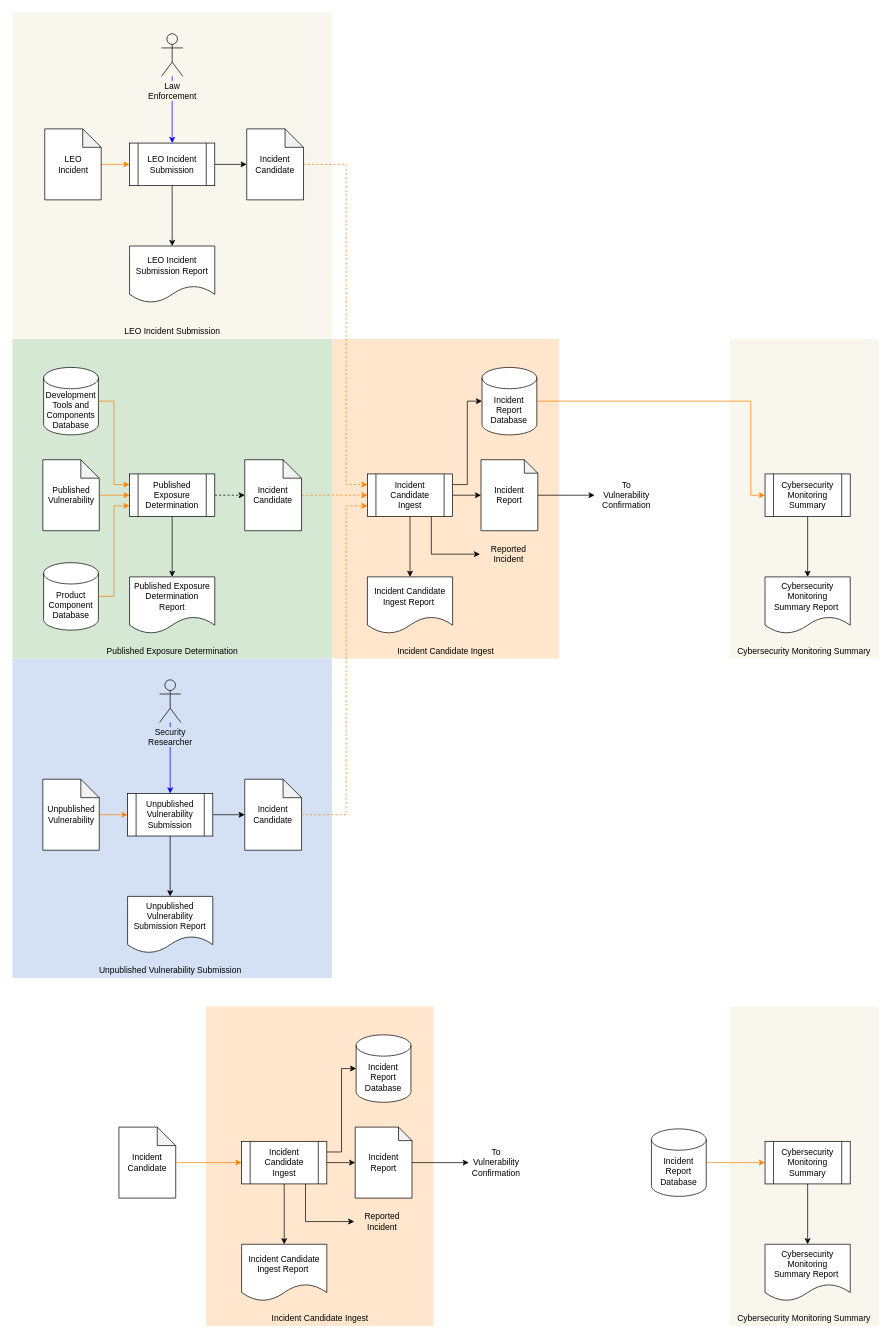
This is source/reference_documents/secondary_documents/foundation phase/Cybersecurity Monitoring Plan/images/source/cybersecurity monitoring workflow.drawio from nutonomy/AVCDL, a draw.io file, before an edit. Source tidied: cells renumbered, new cells numbered last; positions are measured from the earlier drawing's top-left corner, leaving out a move shared by most shapes. Both pictures are drawn from the tidied source at 71%, with x=0, y=0 at pixel (12, 12).
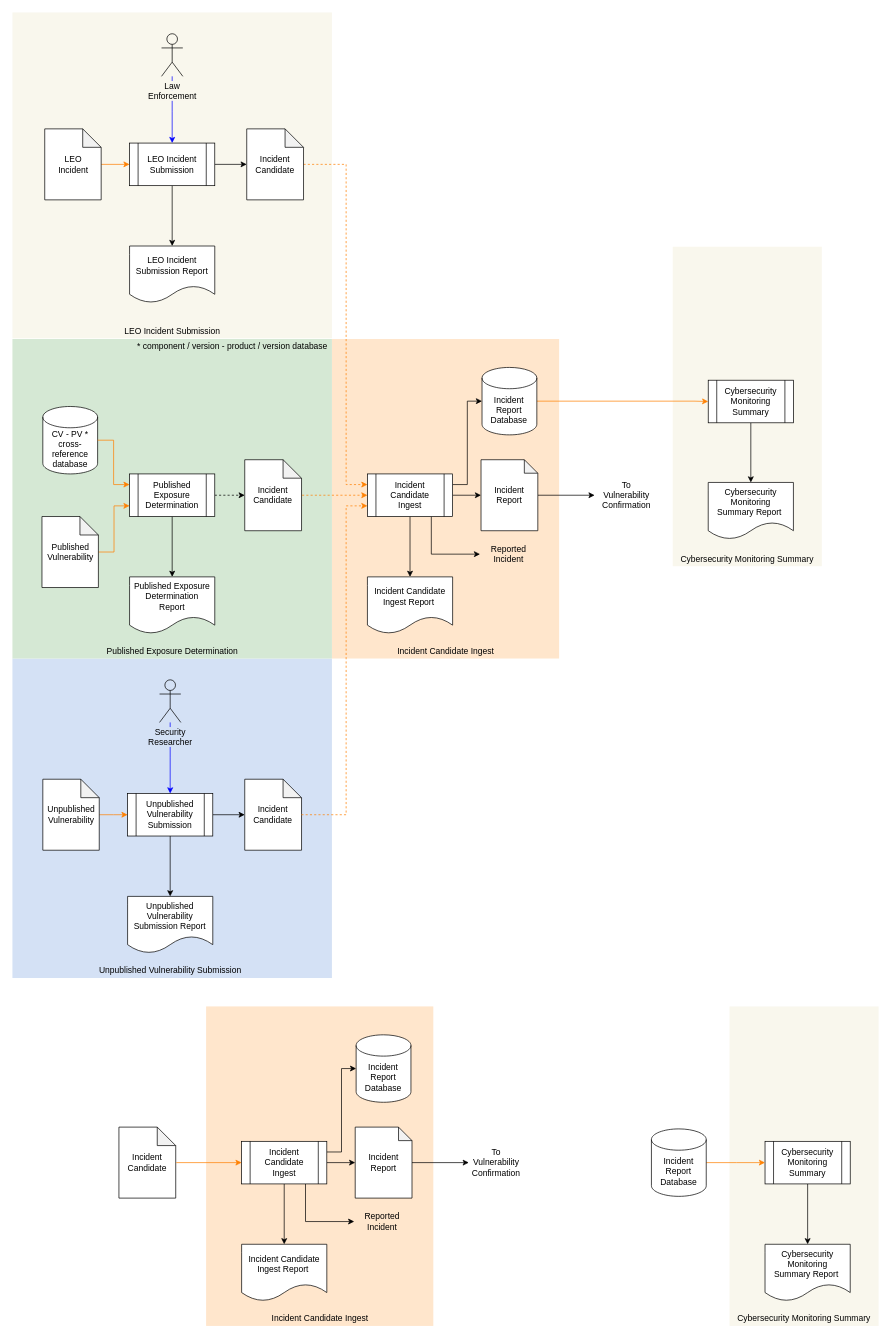
The same page after the edit.

Commit message (it also covers changes not shown here):
updated Cybersecurity Monitoring Plan to only reference the CV - PV database

The change refers to these unchanged cells:
```xml
<mxCell id="37" value="Published Exposure Determination" style="shape=process;whiteSpace=wrap;html=1;backgroundOutline=1;" parent="1" vertex="1">
  <mxGeometry x="165" y="650" width="120" height="60" as="geometry" />
</mxCell>
<mxCell id="57" value="Incident Report Database" style="shape=cylinder3;whiteSpace=wrap;html=1;boundedLbl=1;backgroundOutline=1;size=15;" parent="1" vertex="1">
  <mxGeometry x="661.4" y="500" width="77.2" height="95" as="geometry" />
</mxCell>
```

What changed in the source:
```diff
@@
     <mxCell id="5" style="rounded=0;whiteSpace=wrap;html=1;strokeColor=none;fillColor=#F9F7ED;" parent="1" vertex="1">
-      <mxGeometry x="1010" y="460" width="210" height="450" as="geometry" />
+      <mxGeometry x="930" y="330" width="210" height="450" as="geometry" />
     </mxCell>
@@
     <mxCell id="13" value="Cybersecurity Monitoring Summary" style="text;html=1;strokeColor=none;fillColor=none;align=center;verticalAlign=middle;whiteSpace=wrap;rounded=0;" parent="1" vertex="1">
-      <mxGeometry x="1010" y="890" width="210" height="20" as="geometry" />
+      <mxGeometry x="930" y="760" width="210" height="20" as="geometry" />
     </mxCell>
@@
     <mxCell id="17" value="Cybersecurity Monitoring Summary" style="shape=process;whiteSpace=wrap;html=1;backgroundOutline=1;" parent="1" vertex="1">
-      <mxGeometry x="1060" y="650" width="120" height="60" as="geometry" />
+      <mxGeometry x="980" y="518" width="120" height="60" as="geometry" />
     </mxCell>
     <mxCell id="18" style="edgeStyle=orthogonalEdgeStyle;rounded=0;jettySize=auto;html=1;entryX=0;entryY=0.5;entryDx=0;entryDy=0;strokeColor=#FF8000;exitX=1;exitY=0.5;exitDx=0;exitDy=0;exitPerimeter=0;" parent="1" edge="1" source="57" target="17">
       <mxGeometry relative="1" as="geometry">
         <Array as="points">
-          <mxPoint x="1040" y="548" />
-          <mxPoint x="1040" y="680" />
+          <mxPoint x="960" y="548" />
+          <mxPoint x="980" y="548" />
         </Array>
       </mxGeometry>
     </mxCell>
@@
     <mxCell id="22" value="Cybersecurity Monitoring&lt;br&gt;Summary Report&amp;nbsp;" style="shape=document;whiteSpace=wrap;html=1;boundedLbl=1;" parent="1" vertex="1">
-      <mxGeometry x="1060" y="795" width="120" height="80" as="geometry" />
+      <mxGeometry x="980" y="662" width="120" height="80" as="geometry" />
     </mxCell>
@@
-    <mxCell id="38" style="edgeStyle=orthogonalEdgeStyle;rounded=0;jettySize=auto;html=1;entryX=0;entryY=0.5;entryDx=0;entryDy=0;strokeColor=#FF8000;" parent="1" edge="1" source="39" target="37">
+    <mxCell id="38" style="edgeStyle=orthogonalEdgeStyle;rounded=0;jettySize=auto;html=1;entryX=0;entryY=0.75;entryDx=0;entryDy=0;strokeColor=#FF8000;" parent="1" edge="1" source="39" target="37">
       <mxGeometry relative="1" as="geometry" />
     </mxCell>
     <mxCell id="39" value="Published Vulnerability" style="shape=note;whiteSpace=wrap;html=1;backgroundOutline=1;darkOpacity=0.05;size=26;" parent="1" vertex="1">
-      <mxGeometry x="42.8" y="630" width="79.5" height="100" as="geometry" />
+      <mxGeometry x="41.6" y="710" width="79.5" height="100" as="geometry" />
     </mxCell>
@@
-    <mxCell id="43" value="Development Tools and Components Database" style="shape=cylinder3;whiteSpace=wrap;html=1;boundedLbl=1;backgroundOutline=1;size=15;" parent="1" vertex="1">
-      <mxGeometry x="43.9" y="500" width="77.2" height="95" as="geometry" />
+    <mxCell id="43" value="CV - PV * cross-reference database" style="shape=cylinder3;whiteSpace=wrap;html=1;boundedLbl=1;backgroundOutline=1;size=15;" parent="1" vertex="1">
+      <mxGeometry x="42.8" y="555" width="77.2" height="95" as="geometry" />
     </mxCell>
-    <mxCell id="44" value="Product Component Database" style="shape=cylinder3;whiteSpace=wrap;html=1;boundedLbl=1;backgroundOutline=1;size=15;" parent="1" vertex="1">
-      <mxGeometry x="43.9" y="775" width="77.2" height="95" as="geometry" />
-    </mxCell>
-    <mxCell id="45" style="edgeStyle=orthogonalEdgeStyle;rounded=0;jettySize=auto;html=1;strokeColor=#FF8000;exitX=1;exitY=0.5;exitDx=0;exitDy=0;exitPerimeter=0;entryX=0;entryY=0.75;entryDx=0;entryDy=0;" parent="1" edge="1" source="44" target="37">
-      <mxGeometry relative="1" as="geometry" />
-    </mxCell>
@@
+    <mxCell id="81" value="* component / version - product / version database" style="text;html=1;strokeColor=none;fillColor=none;align=center;verticalAlign=middle;whiteSpace=wrap;rounded=0;" parent="1" vertex="1">
+      <mxGeometry x="170" y="460" width="280" height="20" as="geometry" />
+    </mxCell>
```
